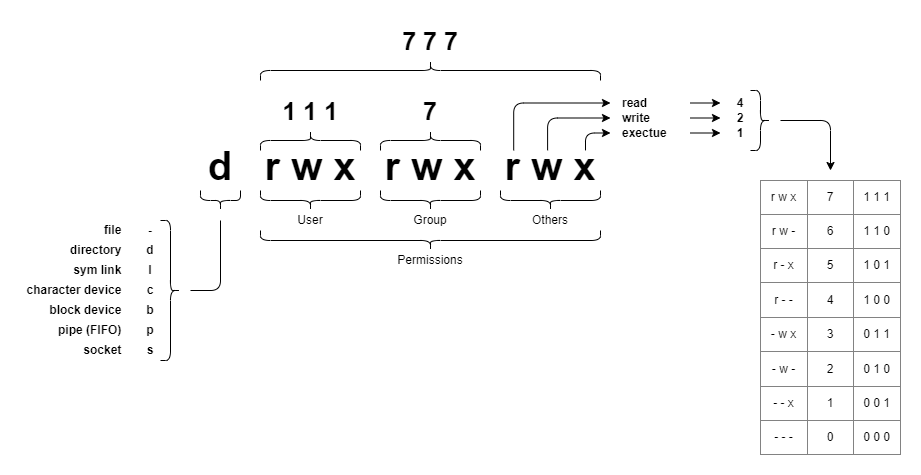
Above: unix_rwx_cheat_pic/unix_rwx_without_chmod_transparent.png in Turukmoorea/cheat_sheets (draw.io), before the change. Source tidied: cells renumbered, new cells last; positions are measured from the earlier drawing's top-left corner, leaving out a move shared by most shapes.
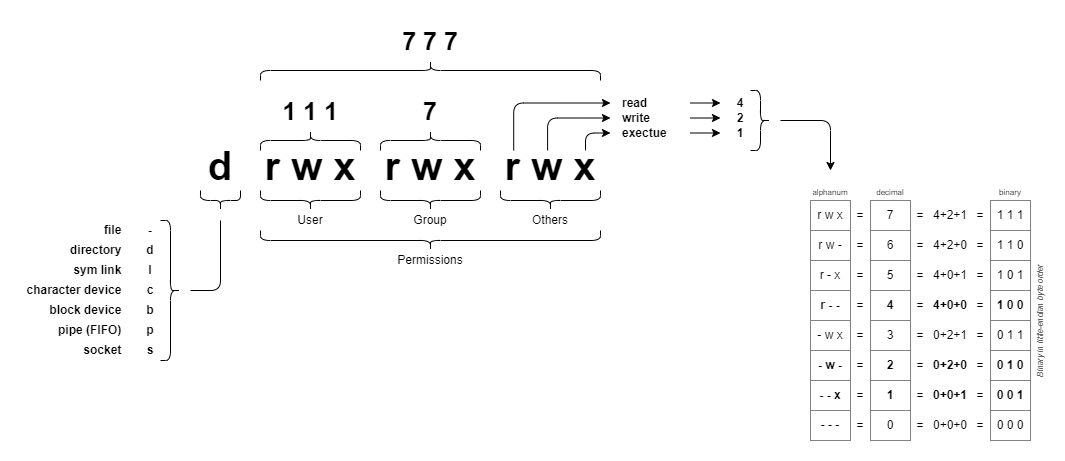
After the change.

Commit message:
update unix_rwx

Diff of the diagram source:
```diff
@@ -134,105 +134,6 @@
     <mxCell id="43" value="4" style="text;html=1;align=center;verticalAlign=middle;whiteSpace=wrap;rounded=0;fontStyle=1;" parent="1" vertex="1">
       <mxGeometry x="700" y="195" width="40" height="15" as="geometry" />
     </mxCell>
-    <mxCell id="44" style="shadow=0;fillColor=none;strokeWidth=1;strokeColor=#828282;" parent="1" vertex="1">
-      <mxGeometry x="740" y="280" width="140" height="274" as="geometry" />
-    </mxCell>
-    <mxCell id="45" style="shape=tableRow;horizontal=0;startSize=0;swimlaneHead=0;swimlaneBody=0;top=0;left=0;bottom=0;right=0;fontStyle=0;fillColor=none;strokeColor=#828282;" parent="44" vertex="1">
-      <mxGeometry width="140" height="34" as="geometry" />
-    </mxCell>
-    <mxCell id="46" value="r w x" style="strokeColor=#828282;fillColor=none;align=center;whiteSpace=wrap;html=1;" parent="45" vertex="1">
-      <mxGeometry width="47" height="34" as="geometry" />
-    </mxCell>
-    <mxCell id="47" value="7" style="strokeColor=#828282;fillColor=none;align=center;whiteSpace=wrap;html=1;" parent="45" vertex="1">
-      <mxGeometry x="47" width="46" height="34" as="geometry" />
-    </mxCell>
-    <mxCell id="48" value="1 1 1" style="strokeColor=#828282;fillColor=none;align=center;whiteSpace=wrap;html=1;" parent="45" vertex="1">
-      <mxGeometry x="93" width="47" height="34" as="geometry" />
-    </mxCell>
-    <mxCell id="49" style="shape=tableRow;horizontal=0;startSize=0;swimlaneHead=0;swimlaneBody=0;top=0;left=0;bottom=0;right=0;fontStyle=0;fillColor=none;strokeColor=#828282;" parent="44" vertex="1">
-      <mxGeometry y="34" width="140" height="34" as="geometry" />
-    </mxCell>
-    <mxCell id="50" value="r w -" style="strokeColor=#828282;fillColor=none;align=center;whiteSpace=wrap;html=1;" parent="49" vertex="1">
-      <mxGeometry width="47" height="34" as="geometry" />
-    </mxCell>
-    <mxCell id="51" value="6" style="strokeColor=#828282;fillColor=none;align=center;whiteSpace=wrap;html=1;" parent="49" vertex="1">
-      <mxGeometry x="47" width="46" height="34" as="geometry" />
-    </mxCell>
-    <mxCell id="52" value="1 1 0" style="strokeColor=#828282;fillColor=none;align=center;whiteSpace=wrap;html=1;" parent="49" vertex="1">
-      <mxGeometry x="93" width="47" height="34" as="geometry" />
-    </mxCell>
-    <mxCell id="53" style="shape=tableRow;horizontal=0;startSize=0;swimlaneHead=0;swimlaneBody=0;top=0;left=0;bottom=0;right=0;fontStyle=0;fillColor=none;strokeColor=#828282;" parent="44" vertex="1">
-      <mxGeometry y="68" width="140" height="34" as="geometry" />
-    </mxCell>
-    <mxCell id="54" value="r - x" style="strokeColor=#828282;fillColor=none;align=center;whiteSpace=wrap;html=1;" parent="53" vertex="1">
-      <mxGeometry width="47" height="34" as="geometry" />
-    </mxCell>
-    <mxCell id="55" value="5" style="strokeColor=#828282;fillColor=none;align=center;whiteSpace=wrap;html=1;" parent="53" vertex="1">
-      <mxGeometry x="47" width="46" height="34" as="geometry" />
-    </mxCell>
-    <mxCell id="56" value="1 0 1" style="strokeColor=#828282;fillColor=none;align=center;whiteSpace=wrap;html=1;" parent="53" vertex="1">
-      <mxGeometry x="93" width="47" height="34" as="geometry" />
-    </mxCell>
-    <mxCell id="57" style="shape=tableRow;horizontal=0;startSize=0;swimlaneHead=0;swimlaneBody=0;top=0;left=0;bottom=0;right=0;fontStyle=0;fillColor=none;strokeColor=#828282;" parent="44" vertex="1">
-      <mxGeometry y="102" width="140" height="35" as="geometry" />
-    </mxCell>
-    <mxCell id="58" value="r - -" style="strokeColor=#828282;fillColor=none;align=center;whiteSpace=wrap;html=1;" parent="57" vertex="1">
-      <mxGeometry width="47" height="35" as="geometry" />
-    </mxCell>
-    <mxCell id="59" value="4" style="strokeColor=#828282;fillColor=none;align=center;whiteSpace=wrap;html=1;" parent="57" vertex="1">
-      <mxGeometry x="47" width="46" height="35" as="geometry" />
-    </mxCell>
-    <mxCell id="60" value="1 0 0" style="strokeColor=#828282;fillColor=none;align=center;whiteSpace=wrap;html=1;" parent="57" vertex="1">
-      <mxGeometry x="93" width="47" height="35" as="geometry" />
-    </mxCell>
-    <mxCell id="61" style="shape=tableRow;horizontal=0;startSize=0;swimlaneHead=0;swimlaneBody=0;top=0;left=0;bottom=0;right=0;fontStyle=0;fillColor=none;strokeColor=#828282;" parent="44" vertex="1">
-      <mxGeometry y="137" width="140" height="34" as="geometry" />
-    </mxCell>
-    <mxCell id="62" value="- w x" style="strokeColor=#828282;fillColor=none;align=center;whiteSpace=wrap;html=1;" parent="61" vertex="1">
-      <mxGeometry width="47" height="34" as="geometry" />
-    </mxCell>
-    <mxCell id="63" value="3" style="strokeColor=#828282;fillColor=none;align=center;whiteSpace=wrap;html=1;" parent="61" vertex="1">
-      <mxGeometry x="47" width="46" height="34" as="geometry" />
-    </mxCell>
-    <mxCell id="64" value="0 1 1" style="strokeColor=#828282;fillColor=none;align=center;whiteSpace=wrap;html=1;" parent="61" vertex="1">
-      <mxGeometry x="93" width="47" height="34" as="geometry" />
-    </mxCell>
-    <mxCell id="65" style="shape=tableRow;horizontal=0;startSize=0;swimlaneHead=0;swimlaneBody=0;top=0;left=0;bottom=0;right=0;fontStyle=0;fillColor=none;strokeColor=#828282;" parent="44" vertex="1">
-      <mxGeometry y="171" width="140" height="35" as="geometry" />
-    </mxCell>
-    <mxCell id="66" value="- w -" style="strokeColor=#828282;fillColor=none;align=center;whiteSpace=wrap;html=1;" parent="65" vertex="1">
-      <mxGeometry width="47" height="35" as="geometry" />
-    </mxCell>
-    <mxCell id="67" value="2" style="strokeColor=#828282;fillColor=none;align=center;whiteSpace=wrap;html=1;" parent="65" vertex="1">
-      <mxGeometry x="47" width="46" height="35" as="geometry" />
-    </mxCell>
-    <mxCell id="68" value="0 1 0" style="strokeColor=#828282;fillColor=none;align=center;whiteSpace=wrap;html=1;" parent="65" vertex="1">
-      <mxGeometry x="93" width="47" height="35" as="geometry" />
-    </mxCell>
-    <mxCell id="69" style="shape=tableRow;horizontal=0;startSize=0;swimlaneHead=0;swimlaneBody=0;top=0;left=0;bottom=0;right=0;fontStyle=0;fillColor=none;strokeColor=#828282;" parent="44" vertex="1">
-      <mxGeometry y="206" width="140" height="34" as="geometry" />
-    </mxCell>
-    <mxCell id="70" value="- - x" style="strokeColor=#828282;fillColor=none;align=center;whiteSpace=wrap;html=1;" parent="69" vertex="1">
-      <mxGeometry width="47" height="34" as="geometry" />
-    </mxCell>
-    <mxCell id="71" value="1" style="strokeColor=#828282;fillColor=none;align=center;whiteSpace=wrap;html=1;" parent="69" vertex="1">
-      <mxGeometry x="47" width="46" height="34" as="geometry" />
-    </mxCell>
-    <mxCell id="72" value="0 0 1" style="strokeColor=#828282;fillColor=none;align=center;whiteSpace=wrap;html=1;" parent="69" vertex="1">
-      <mxGeometry x="93" width="47" height="34" as="geometry" />
-    </mxCell>
-    <mxCell id="73" style="shape=tableRow;horizontal=0;startSize=0;swimlaneHead=0;swimlaneBody=0;top=0;left=0;bottom=0;right=0;fontStyle=0;fillColor=none;strokeColor=#828282;" parent="44" vertex="1">
-      <mxGeometry y="240" width="140" height="34" as="geometry" />
-    </mxCell>
-    <mxCell id="74" value="- - -" style="strokeColor=#828282;fillColor=none;align=center;whiteSpace=wrap;html=1;" parent="73" vertex="1">
-      <mxGeometry width="47" height="34" as="geometry" />
-    </mxCell>
-    <mxCell id="75" value="0" style="strokeColor=#828282;fillColor=none;align=center;whiteSpace=wrap;html=1;" parent="73" vertex="1">
-      <mxGeometry x="47" width="46" height="34" as="geometry" />
-    </mxCell>
-    <mxCell id="76" value="0 0 0" style="strokeColor=#828282;fillColor=none;align=center;whiteSpace=wrap;html=1;" parent="73" vertex="1">
-      <mxGeometry x="93" width="47" height="34" as="geometry" />
-    </mxCell>
     <mxCell id="77" style="shape=curlyBracket;whiteSpace=wrap;html=1;rounded=1;labelPosition=left;verticalLabelPosition=middle;align=right;verticalAlign=middle;rotation=-180;" parent="1" vertex="1">
       <mxGeometry x="730" y="190" width="20" height="60" as="geometry" />
     </mxCell>
@@ -260,5 +161,206 @@
     <mxCell id="83" style="shape=curlyBracket;whiteSpace=wrap;html=1;rounded=1;labelPosition=left;verticalLabelPosition=middle;align=right;verticalAlign=middle;rotation=90;" parent="1" vertex="1">
       <mxGeometry x="400" y="190" width="20" height="100" as="geometry" />
     </mxCell>
+    <mxCell id="84" value="alphanum" style="text;html=1;align=center;verticalAlign=bottom;whiteSpace=wrap;rounded=0;fontSize=8;" parent="1" vertex="1">
+      <mxGeometry x="790" y="280" width="40" height="20" as="geometry" />
+    </mxCell>
+    <mxCell id="85" value="decimal" style="text;html=1;align=center;verticalAlign=bottom;whiteSpace=wrap;rounded=0;fontSize=8;" parent="1" vertex="1">
+      <mxGeometry x="850" y="280" width="40" height="20" as="geometry" />
+    </mxCell>
+    <mxCell id="86" value="binary" style="text;html=1;align=center;verticalAlign=bottom;whiteSpace=wrap;rounded=0;fontSize=8;" parent="1" vertex="1">
+      <mxGeometry x="970" y="280" width="40" height="20" as="geometry" />
+    </mxCell>
+    <mxCell id="87" value="=" style="group;" parent="1" vertex="1">
+      <mxGeometry x="830" y="300" width="20" height="240" as="geometry" />
+    </mxCell>
+    <mxCell id="88" value="=" style="rounded=0;whiteSpace=wrap;html=1;strokeColor=none;" parent="87" vertex="1">
+      <mxGeometry width="20" height="30" as="geometry" />
+    </mxCell>
+    <mxCell id="89" value="=" style="rounded=0;whiteSpace=wrap;html=1;strokeColor=none;" parent="87" vertex="1">
+      <mxGeometry y="30" width="20" height="30" as="geometry" />
+    </mxCell>
+    <mxCell id="90" value="=" style="rounded=0;whiteSpace=wrap;html=1;strokeColor=none;" parent="87" vertex="1">
+      <mxGeometry y="60" width="20" height="30" as="geometry" />
+    </mxCell>
+    <mxCell id="91" value="=" style="rounded=0;whiteSpace=wrap;html=1;strokeColor=none;" parent="87" vertex="1">
+      <mxGeometry y="90" width="20" height="30" as="geometry" />
+    </mxCell>
+    <mxCell id="92" value="=" style="rounded=0;whiteSpace=wrap;html=1;strokeColor=none;" parent="87" vertex="1">
+      <mxGeometry y="120" width="20" height="30" as="geometry" />
+    </mxCell>
+    <mxCell id="93" value="=" style="rounded=0;whiteSpace=wrap;html=1;strokeColor=none;" parent="87" vertex="1">
+      <mxGeometry y="150" width="20" height="30" as="geometry" />
+    </mxCell>
+    <mxCell id="94" value="=" style="rounded=0;whiteSpace=wrap;html=1;strokeColor=none;" parent="87" vertex="1">
+      <mxGeometry y="180" width="20" height="30" as="geometry" />
+    </mxCell>
+    <mxCell id="95" value="=" style="rounded=0;whiteSpace=wrap;html=1;strokeColor=none;" parent="87" vertex="1">
+      <mxGeometry y="210" width="20" height="30" as="geometry" />
+    </mxCell>
+    <mxCell id="96" value="=" style="group;" parent="1" vertex="1">
+      <mxGeometry x="890" y="300" width="20" height="240" as="geometry" />
+    </mxCell>
+    <mxCell id="97" value="=" style="rounded=0;whiteSpace=wrap;html=1;strokeColor=none;" parent="96" vertex="1">
+      <mxGeometry width="20" height="30" as="geometry" />
+    </mxCell>
+    <mxCell id="98" value="=" style="rounded=0;whiteSpace=wrap;html=1;strokeColor=none;" parent="96" vertex="1">
+      <mxGeometry y="30" width="20" height="30" as="geometry" />
+    </mxCell>
+    <mxCell id="99" value="=" style="rounded=0;whiteSpace=wrap;html=1;strokeColor=none;" parent="96" vertex="1">
+      <mxGeometry y="60" width="20" height="30" as="geometry" />
+    </mxCell>
+    <mxCell id="100" value="=" style="rounded=0;whiteSpace=wrap;html=1;strokeColor=none;" parent="96" vertex="1">
+      <mxGeometry y="90" width="20" height="30" as="geometry" />
+    </mxCell>
+    <mxCell id="101" value="=" style="rounded=0;whiteSpace=wrap;html=1;strokeColor=none;" parent="96" vertex="1">
+      <mxGeometry y="120" width="20" height="30" as="geometry" />
+    </mxCell>
+    <mxCell id="102" value="=" style="rounded=0;whiteSpace=wrap;html=1;strokeColor=none;" parent="96" vertex="1">
+      <mxGeometry y="150" width="20" height="30" as="geometry" />
+    </mxCell>
+    <mxCell id="103" value="=" style="rounded=0;whiteSpace=wrap;html=1;strokeColor=none;" parent="96" vertex="1">
+      <mxGeometry y="180" width="20" height="30" as="geometry" />
+    </mxCell>
+    <mxCell id="104" value="=" style="rounded=0;whiteSpace=wrap;html=1;strokeColor=none;" parent="96" vertex="1">
+      <mxGeometry y="210" width="20" height="30" as="geometry" />
+    </mxCell>
+    <mxCell id="105" value="=" style="group;" parent="1" vertex="1">
+      <mxGeometry x="950" y="300" width="20" height="240" as="geometry" />
+    </mxCell>
+    <mxCell id="106" value="=" style="rounded=0;whiteSpace=wrap;html=1;strokeColor=none;" parent="105" vertex="1">
+      <mxGeometry width="20" height="30" as="geometry" />
+    </mxCell>
+    <mxCell id="107" value="=" style="rounded=0;whiteSpace=wrap;html=1;strokeColor=none;" parent="105" vertex="1">
+      <mxGeometry y="30" width="20" height="30" as="geometry" />
+    </mxCell>
+    <mxCell id="108" value="=" style="rounded=0;whiteSpace=wrap;html=1;strokeColor=none;" parent="105" vertex="1">
+      <mxGeometry y="60" width="20" height="30" as="geometry" />
+    </mxCell>
+    <mxCell id="109" value="=" style="rounded=0;whiteSpace=wrap;html=1;strokeColor=none;" parent="105" vertex="1">
+      <mxGeometry y="90" width="20" height="30" as="geometry" />
+    </mxCell>
+    <mxCell id="110" value="=" style="rounded=0;whiteSpace=wrap;html=1;strokeColor=none;" parent="105" vertex="1">
+      <mxGeometry y="120" width="20" height="30" as="geometry" />
+    </mxCell>
+    <mxCell id="111" value="=" style="rounded=0;whiteSpace=wrap;html=1;strokeColor=none;" parent="105" vertex="1">
+      <mxGeometry y="150" width="20" height="30" as="geometry" />
+    </mxCell>
+    <mxCell id="112" value="=" style="rounded=0;whiteSpace=wrap;html=1;strokeColor=none;" parent="105" vertex="1">
+      <mxGeometry y="180" width="20" height="30" as="geometry" />
+    </mxCell>
+    <mxCell id="113" value="=" style="rounded=0;whiteSpace=wrap;html=1;strokeColor=none;" parent="105" vertex="1">
+      <mxGeometry y="210" width="20" height="30" as="geometry" />
+    </mxCell>
+    <mxCell id="114" style="group;" parent="1" vertex="1">
+      <mxGeometry x="790" y="300" width="40" height="240" as="geometry" />
+    </mxCell>
+    <mxCell id="46" value="r w x" style="rounded=0;whiteSpace=wrap;html=1;strokeColor=#828282;" parent="114" vertex="1">
+      <mxGeometry width="40" height="30" as="geometry" />
+    </mxCell>
+    <mxCell id="50" value="r w -" style="rounded=0;whiteSpace=wrap;html=1;strokeColor=#828282;" parent="114" vertex="1">
+      <mxGeometry y="30" width="40" height="30" as="geometry" />
+    </mxCell>
+    <mxCell id="54" value="r - x" style="rounded=0;whiteSpace=wrap;html=1;strokeColor=#828282;" parent="114" vertex="1">
+      <mxGeometry y="60" width="40" height="30" as="geometry" />
+    </mxCell>
+    <mxCell id="58" value="&lt;b&gt;r - -&lt;/b&gt;" style="rounded=0;whiteSpace=wrap;html=1;strokeColor=#828282;" parent="114" vertex="1">
+      <mxGeometry y="90" width="40" height="30" as="geometry" />
+    </mxCell>
+    <mxCell id="62" value="- w x" style="rounded=0;whiteSpace=wrap;html=1;strokeColor=#828282;" parent="114" vertex="1">
+      <mxGeometry y="120" width="40" height="30" as="geometry" />
+    </mxCell>
+    <mxCell id="66" value="&lt;b&gt;- w -&lt;/b&gt;" style="rounded=0;whiteSpace=wrap;html=1;strokeColor=#828282;" parent="114" vertex="1">
+      <mxGeometry y="150" width="40" height="30" as="geometry" />
+    </mxCell>
+    <mxCell id="70" value="&lt;b&gt;- - x&lt;/b&gt;" style="rounded=0;whiteSpace=wrap;html=1;strokeColor=#828282;" parent="114" vertex="1">
+      <mxGeometry y="180" width="40" height="30" as="geometry" />
+    </mxCell>
+    <mxCell id="74" value="- - -" style="rounded=0;whiteSpace=wrap;html=1;strokeColor=#828282;" parent="114" vertex="1">
+      <mxGeometry y="210" width="40" height="30" as="geometry" />
+    </mxCell>
+    <mxCell id="115" style="group;" parent="1" vertex="1">
+      <mxGeometry x="970" y="300" width="40" height="240" as="geometry" />
+    </mxCell>
+    <mxCell id="52" value="1 1 0" style="rounded=0;whiteSpace=wrap;html=1;strokeColor=#828282;" parent="115" vertex="1">
+      <mxGeometry y="30" width="40" height="30" as="geometry" />
+    </mxCell>
+    <mxCell id="56" value="1 0 1" style="rounded=0;whiteSpace=wrap;html=1;strokeColor=#828282;" parent="115" vertex="1">
+      <mxGeometry y="60" width="40" height="30" as="geometry" />
+    </mxCell>
+    <mxCell id="60" value="&lt;b&gt;1 0 0&lt;/b&gt;" style="rounded=0;whiteSpace=wrap;html=1;strokeColor=#828282;" parent="115" vertex="1">
+      <mxGeometry y="90" width="40" height="30" as="geometry" />
+    </mxCell>
+    <mxCell id="64" value="0 1 1" style="rounded=0;whiteSpace=wrap;html=1;strokeColor=#828282;" parent="115" vertex="1">
+      <mxGeometry y="120" width="40" height="30" as="geometry" />
+    </mxCell>
+    <mxCell id="68" value="&lt;b&gt;0 1 0&lt;/b&gt;" style="rounded=0;whiteSpace=wrap;html=1;strokeColor=#828282;" parent="115" vertex="1">
+      <mxGeometry y="150" width="40" height="30" as="geometry" />
+    </mxCell>
+    <mxCell id="72" value="&lt;b&gt;0 0 1&lt;/b&gt;" style="rounded=0;whiteSpace=wrap;html=1;strokeColor=#828282;" parent="115" vertex="1">
+      <mxGeometry y="180" width="40" height="30" as="geometry" />
+    </mxCell>
+    <mxCell id="76" value="0 0 0" style="rounded=0;whiteSpace=wrap;html=1;strokeColor=#828282;" parent="115" vertex="1">
+      <mxGeometry y="210" width="40" height="30" as="geometry" />
+    </mxCell>
+    <mxCell id="48" value="1 1 1" style="rounded=0;whiteSpace=wrap;html=1;strokeColor=#828282;" parent="115" vertex="1">
+      <mxGeometry width="40" height="30" as="geometry" />
+    </mxCell>
+    <mxCell id="116" value="7" style="group;" parent="1" vertex="1">
+      <mxGeometry x="850" y="300" width="40" height="240" as="geometry" />
+    </mxCell>
+    <mxCell id="117" value="7" style="rounded=0;whiteSpace=wrap;html=1;strokeColor=#828282;" parent="116" vertex="1">
+      <mxGeometry width="40" height="30" as="geometry" />
+    </mxCell>
+    <mxCell id="51" value="6" style="rounded=0;whiteSpace=wrap;html=1;strokeColor=#828282;" parent="116" vertex="1">
+      <mxGeometry y="30" width="40" height="30" as="geometry" />
+    </mxCell>
+    <mxCell id="55" value="5" style="rounded=0;whiteSpace=wrap;html=1;strokeColor=#828282;" parent="116" vertex="1">
+      <mxGeometry y="60" width="40" height="30" as="geometry" />
+    </mxCell>
+    <mxCell id="59" value="&lt;b&gt;4&lt;/b&gt;" style="rounded=0;whiteSpace=wrap;html=1;strokeColor=#828282;" parent="116" vertex="1">
+      <mxGeometry y="90" width="40" height="30" as="geometry" />
+    </mxCell>
+    <mxCell id="63" value="3" style="rounded=0;whiteSpace=wrap;html=1;strokeColor=#828282;" parent="116" vertex="1">
+      <mxGeometry y="120" width="40" height="30" as="geometry" />
+    </mxCell>
+    <mxCell id="67" value="&lt;b&gt;2&lt;/b&gt;" style="rounded=0;whiteSpace=wrap;html=1;strokeColor=#828282;" parent="116" vertex="1">
+      <mxGeometry y="150" width="40" height="30" as="geometry" />
+    </mxCell>
+    <mxCell id="71" value="&lt;b&gt;1&lt;/b&gt;" style="rounded=0;whiteSpace=wrap;html=1;strokeColor=#828282;" parent="116" vertex="1">
+      <mxGeometry y="180" width="40" height="30" as="geometry" />
+    </mxCell>
+    <mxCell id="75" value="0" style="rounded=0;whiteSpace=wrap;html=1;strokeColor=#828282;" parent="116" vertex="1">
+      <mxGeometry y="210" width="40" height="30" as="geometry" />
+    </mxCell>
+    <mxCell id="118" style="group;strokeColor=none;" parent="1" vertex="1">
+      <mxGeometry x="910" y="300" width="40" height="240" as="geometry" />
+    </mxCell>
+    <mxCell id="119" value="4+2+0" style="rounded=0;whiteSpace=wrap;html=1;strokeColor=none;" parent="118" vertex="1">
+      <mxGeometry y="30" width="40" height="30" as="geometry" />
+    </mxCell>
+    <mxCell id="120" value="4+0+1" style="rounded=0;whiteSpace=wrap;html=1;strokeColor=none;" parent="118" vertex="1">
+      <mxGeometry y="60" width="40" height="30" as="geometry" />
+    </mxCell>
+    <mxCell id="121" value="&lt;b&gt;4+0+0&lt;/b&gt;" style="rounded=0;whiteSpace=wrap;html=1;strokeColor=none;" parent="118" vertex="1">
+      <mxGeometry y="90" width="40" height="30" as="geometry" />
+    </mxCell>
+    <mxCell id="122" value="0+2+1" style="rounded=0;whiteSpace=wrap;html=1;strokeColor=none;" parent="118" vertex="1">
+      <mxGeometry y="120" width="40" height="30" as="geometry" />
+    </mxCell>
+    <mxCell id="123" value="&lt;b&gt;0+2+0&lt;/b&gt;" style="rounded=0;whiteSpace=wrap;html=1;strokeColor=none;" parent="118" vertex="1">
+      <mxGeometry y="150" width="40" height="30" as="geometry" />
+    </mxCell>
+    <mxCell id="124" value="&lt;b&gt;0+0+1&lt;/b&gt;" style="rounded=0;whiteSpace=wrap;html=1;strokeColor=none;" parent="118" vertex="1">
+      <mxGeometry y="180" width="40" height="30" as="geometry" />
+    </mxCell>
+    <mxCell id="125" value="0+0+0" style="rounded=0;whiteSpace=wrap;html=1;strokeColor=none;" parent="118" vertex="1">
+      <mxGeometry y="210" width="40" height="30" as="geometry" />
+    </mxCell>
+    <mxCell id="126" value="4+2+1" style="rounded=0;whiteSpace=wrap;html=1;strokeColor=none;" parent="118" vertex="1">
+      <mxGeometry width="40" height="30" as="geometry" />
+    </mxCell>
+    <mxCell id="127" value="Binary in little-endian byte order" style="text;html=1;align=center;verticalAlign=middle;whiteSpace=wrap;rounded=0;fontSize=8;rotation=-90;fontStyle=2;fontColor=#666666;" parent="1" vertex="1">
+      <mxGeometry x="901.2" y="415" width="237" height="10" as="geometry" />
+    </mxCell>
   </root>
 </mxGraphModel>
```
